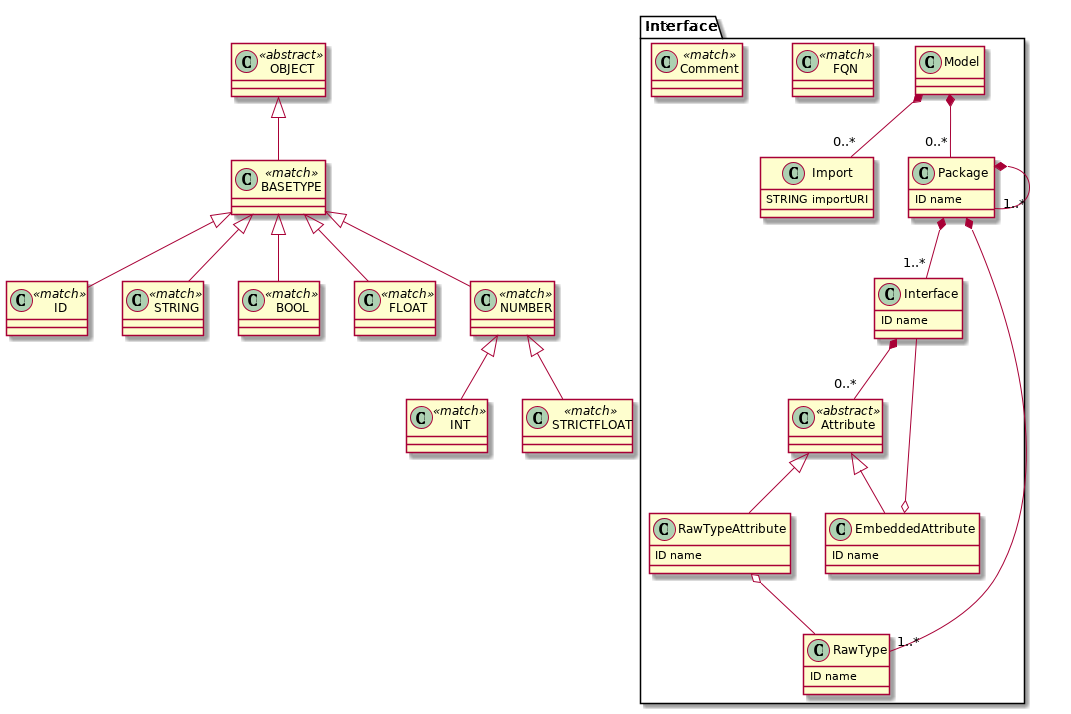
This is examples/render_all_grammars/pu/tests_functional_test_scoping_interface_model1_Interface.png from textX/textX, a PlantUML export, as it was before one commit.
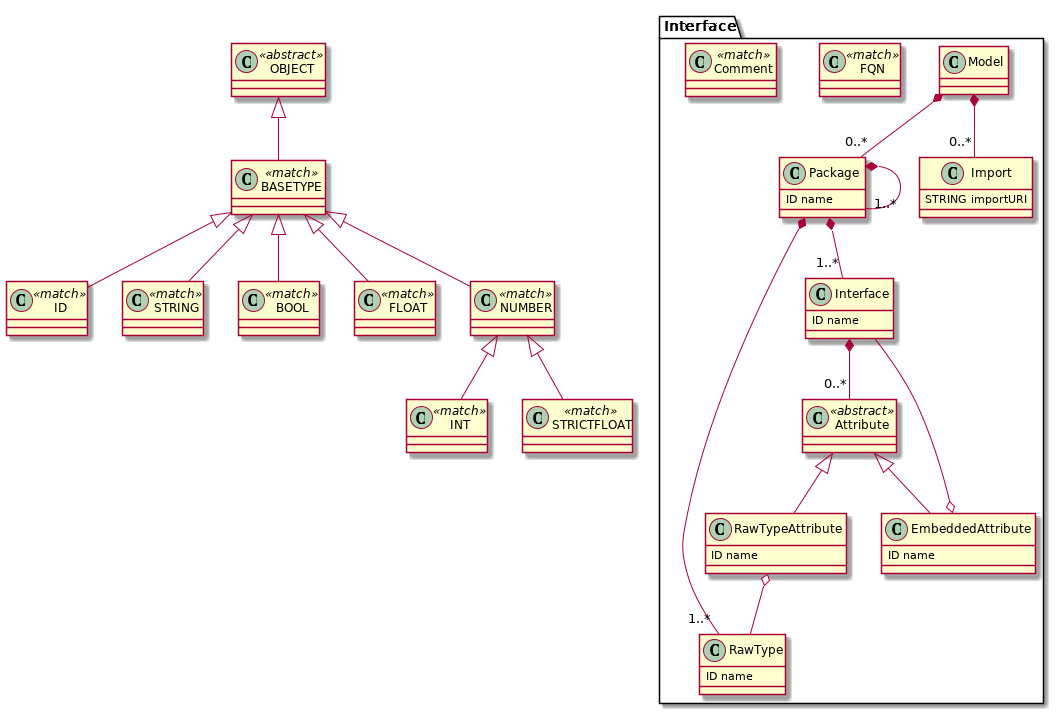
Later version of the same file.

The edit, as a diff of the source:
```diff
@@ -1,45 +1,37 @@
 @startuml
-            set namespaceSeparator .
-        Interface.Model *-- "0..*" Interface.Import
-Interface.Model *-- "0..*" Interface.Package
+set namespaceSeparator .
+
+
 class Interface.Model  {
 }
 
 
-Interface.Package *-- "1..*" Interface.Interface
-Interface.Package *-- "1..*" Interface.Package
-Interface.Package *-- "1..*" Interface.RawType
 class Interface.Package  {
-ID name
+  ID name
 }
 
 
 class Interface.RawType  {
-ID name
+  ID name
 }
 
 
-Interface.Interface *-- "0..*" Interface.Attribute
 class Interface.Interface  {
-ID name
+  ID name
 }
 
 
 class Interface.Attribute <<abstract>> {
 }
 
-Interface.Attribute <|-- Interface.RawTypeAttribute
-Interface.Attribute <|-- Interface.EmbeddedAttribute
 
-Interface.RawTypeAttribute o-- Interface.RawType
 class Interface.RawTypeAttribute  {
-ID name
+  ID name
 }
 
 
-Interface.EmbeddedAttribute o-- Interface.Interface
 class Interface.EmbeddedAttribute  {
-ID name
+  ID name
 }
 
 
@@ -48,7 +40,7 @@
 
 
 class Interface.Import  {
-STRING importURI
+  STRING importURI
 }
 
 
@@ -83,21 +75,31 @@
 class NUMBER <<match>> {
 }
 
-NUMBER <|-- STRICTFLOAT
-NUMBER <|-- INT
 
 class BASETYPE <<match>> {
 }
 
+
+class OBJECT <<abstract>> {
+}
+
+
+Interface.Model *-- "0..*" Interface.Import
+Interface.Model *-- "0..*" Interface.Package
+Interface.Package *-- "1..*" Interface.Interface
+Interface.Package *-- "1..*" Interface.Package
+Interface.Package *-- "1..*" Interface.RawType
+Interface.Interface *-- "0..*" Interface.Attribute
+Interface.Attribute <|-- Interface.RawTypeAttribute
+Interface.Attribute <|-- Interface.EmbeddedAttribute
+Interface.RawTypeAttribute o-- Interface.RawType
+Interface.EmbeddedAttribute o-- Interface.Interface
+NUMBER <|-- STRICTFLOAT
+NUMBER <|-- INT
 BASETYPE <|-- NUMBER
 BASETYPE <|-- FLOAT
 BASETYPE <|-- BOOL
 BASETYPE <|-- ID
 BASETYPE <|-- STRING
-
-class OBJECT <<abstract>> {
-}
-
 OBJECT <|-- BASETYPE
-
 @enduml
```
